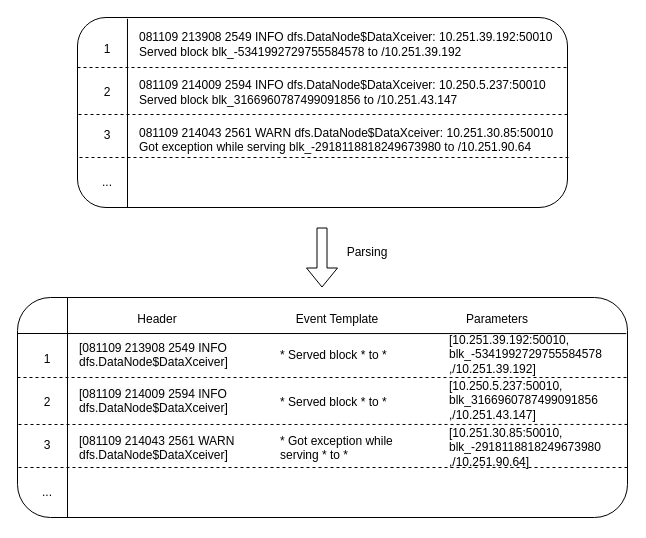
Earlier version of the draw.io diagram 3.2.2-1.drawio (Gleiphir2769/my-draw). Source tidied: cells renumbered, new cells numbered last; positions are measured from the earlier drawing's top-left corner, leaving out a move shared by most shapes. Both pictures are drawn from the tidied source at 100%, with x=0, y=0 at pixel (17, 17).
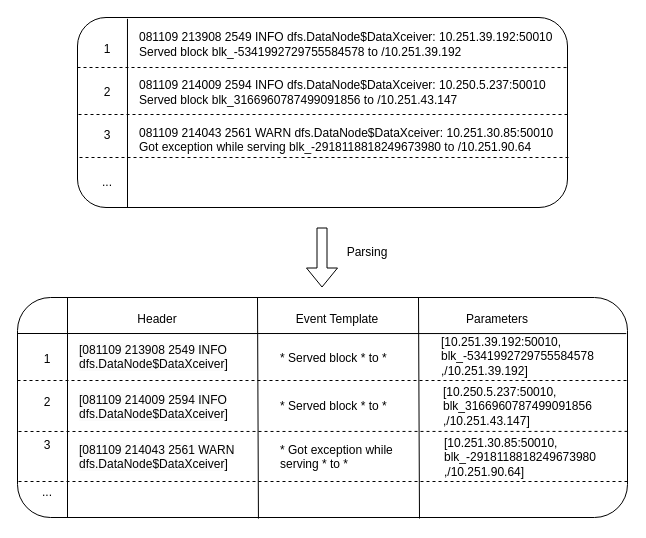
The same diagram, later.

The change refers to these unchanged cells:
```xml
<mxCell id="10" style="rounded=1;whiteSpace=wrap;html=1;" parent="1" vertex="1">
  <mxGeometry y="280" width="610" height="220" as="geometry" />
</mxCell>
```

Change to the diagram source:
```diff
@@
     <mxCell id="13" style="endArrow=none;dashed=1;html=1;rounded=0;" parent="1" edge="1">
       <mxGeometry relative="1" as="geometry">
-        <mxPoint y="360" as="sourcePoint" />
-        <mxPoint x="610" y="360" as="targetPoint" />
+        <mxPoint y="363" as="sourcePoint" />
+        <mxPoint x="610" y="363" as="targetPoint" />
       </mxGeometry>
     </mxCell>
-    <mxCell id="14" style="endArrow=none;dashed=1;html=1;rounded=0;entryX=1;entryY=0.577;entryDx=0;entryDy=0;entryPerimeter=0;" parent="1" edge="1" target="10">
+    <mxCell id="14" style="endArrow=none;dashed=1;html=1;rounded=0;entryX=1;entryY=0.577;entryDx=0;entryDy=0;entryPerimeter=0;" parent="1" edge="1">
       <mxGeometry relative="1" as="geometry">
-        <mxPoint x="1" y="407" as="sourcePoint" />
+        <mxPoint x="1" y="414" as="sourcePoint" />
+        <mxPoint x="610" y="413.9" as="targetPoint" />
       </mxGeometry>
     </mxCell>
@@
     <mxCell id="20" value="&lt;span style=&quot;color: rgb(0, 0, 0); font-family: Helvetica; font-size: 12px; font-style: normal; font-variant-ligatures: normal; font-variant-caps: normal; font-weight: 400; letter-spacing: normal; orphans: 2; text-align: left; text-indent: 0px; text-transform: none; widows: 2; word-spacing: 0px; -webkit-text-stroke-width: 0px; background-color: rgb(251, 251, 251); text-decoration-thickness: initial; text-decoration-style: initial; text-decoration-color: initial; float: none; display: inline !important;&quot;&gt;[081109&amp;nbsp;213908&amp;nbsp;2549&amp;nbsp;INFO dfs.DataNode$DataXceiver]&lt;/span&gt;" style="text;whiteSpace=wrap;html=1;" parent="1" vertex="1">
-      <mxGeometry x="60" y="317" width="150" height="40" as="geometry" />
+      <mxGeometry x="60" y="319" width="150" height="40" as="geometry" />
     </mxCell>
     <mxCell id="21" value="&lt;span style=&quot;color: rgb(0, 0, 0); font-family: Helvetica; font-size: 12px; font-style: normal; font-variant-ligatures: normal; font-variant-caps: normal; font-weight: 400; letter-spacing: normal; orphans: 2; text-align: left; text-indent: 0px; text-transform: none; widows: 2; word-spacing: 0px; -webkit-text-stroke-width: 0px; background-color: rgb(251, 251, 251); text-decoration-thickness: initial; text-decoration-style: initial; text-decoration-color: initial; float: none; display: inline !important;&quot;&gt;[081109&amp;nbsp;214009&amp;nbsp;2594&amp;nbsp;INFO dfs.DataNode$DataXceiver]&lt;/span&gt;" style="text;whiteSpace=wrap;html=1;" parent="1" vertex="1">
-      <mxGeometry x="60" y="363" width="160" height="40" as="geometry" />
+      <mxGeometry x="60" y="369" width="160" height="40" as="geometry" />
     </mxCell>
     <mxCell id="22" value="&lt;span style=&quot;color: rgb(0, 0, 0); font-family: Helvetica; font-size: 12px; font-style: normal; font-variant-ligatures: normal; font-variant-caps: normal; font-weight: 400; letter-spacing: normal; orphans: 2; text-align: left; text-indent: 0px; text-transform: none; widows: 2; word-spacing: 0px; -webkit-text-stroke-width: 0px; background-color: rgb(251, 251, 251); text-decoration-thickness: initial; text-decoration-style: initial; text-decoration-color: initial; float: none; display: inline !important;&quot;&gt;[081109&amp;nbsp;214043&amp;nbsp;2561&amp;nbsp;WARN dfs.DataNode$DataXceiver]&lt;/span&gt;" style="text;whiteSpace=wrap;html=1;" parent="1" vertex="1">
-      <mxGeometry x="60" y="410" width="160" height="40" as="geometry" />
+      <mxGeometry x="60" y="419" width="160" height="40" as="geometry" />
     </mxCell>
     <mxCell id="23" value="* Served block * to *" style="text;whiteSpace=wrap;" parent="1" vertex="1">
-      <mxGeometry x="261" y="324" width="140" height="40" as="geometry" />
+      <mxGeometry x="261" y="327" width="140" height="40" as="geometry" />
     </mxCell>
     <mxCell id="24" style="endArrow=none;dashed=1;html=1;rounded=0;entryX=1;entryY=0.577;entryDx=0;entryDy=0;entryPerimeter=0;" parent="1" edge="1">
       <mxGeometry relative="1" as="geometry">
-        <mxPoint x="1" y="450" as="sourcePoint" />
-        <mxPoint x="610" y="450" as="targetPoint" />
+        <mxPoint x="1" y="464" as="sourcePoint" />
+        <mxPoint x="610" y="464" as="targetPoint" />
       </mxGeometry>
     </mxCell>
     <mxCell id="25" value="* Served block * to *" style="text;whiteSpace=wrap;" parent="1" vertex="1">
-      <mxGeometry x="261" y="371" width="140" height="40" as="geometry" />
+      <mxGeometry x="261" y="375" width="140" height="40" as="geometry" />
     </mxCell>
     <mxCell id="26" value="* Got exception while serving * to *" style="text;whiteSpace=wrap;" parent="1" vertex="1">
-      <mxGeometry x="261" y="410" width="140" height="40" as="geometry" />
+      <mxGeometry x="261" y="419" width="140" height="40" as="geometry" />
     </mxCell>
     <mxCell id="27" value="[10.251.39.192:50010,&lt;br&gt;blk_-5341992729755584578&lt;br&gt;,/10.251.39.192]" style="text;html=1;strokeColor=none;fillColor=none;align=left;verticalAlign=middle;whiteSpace=wrap;rounded=0;" parent="1" vertex="1">
-      <mxGeometry x="430" y="322" width="160" height="30" as="geometry" />
+      <mxGeometry x="422" y="324" width="160" height="30" as="geometry" />
     </mxCell>
     <mxCell id="28" value="[10.251.30.85:50010,&lt;br&gt;blk_-2918118818249673980&lt;br&gt;,/10.251.90.64]" style="text;html=1;strokeColor=none;fillColor=none;align=left;verticalAlign=middle;whiteSpace=wrap;rounded=0;" parent="1" vertex="1">
-      <mxGeometry x="430" y="415" width="160" height="30" as="geometry" />
+      <mxGeometry x="425" y="425" width="160" height="30" as="geometry" />
     </mxCell>
     <mxCell id="29" value="[10.250.5.237:50010,&lt;br&gt;blk_3166960787499091856&lt;br&gt;,/10.251.43.147]" style="text;html=1;strokeColor=none;fillColor=none;align=left;verticalAlign=middle;whiteSpace=wrap;rounded=0;" parent="1" vertex="1">
-      <mxGeometry x="430" y="368" width="160" height="30" as="geometry" />
+      <mxGeometry x="424" y="374" width="160" height="30" as="geometry" />
     </mxCell>
@@
+    <mxCell id="32" style="endArrow=none;html=1;rounded=0;exitX=0.395;exitY=1.005;exitDx=0;exitDy=0;exitPerimeter=0;" parent="1" edge="1" source="10">
+      <mxGeometry relative="1" as="geometry">
+        <mxPoint x="240" y="280" as="targetPoint" />
+      </mxGeometry>
+    </mxCell>
+    <mxCell id="33" style="endArrow=none;html=1;rounded=0;exitX=0.395;exitY=1.005;exitDx=0;exitDy=0;exitPerimeter=0;" parent="1" edge="1">
+      <mxGeometry relative="1" as="geometry">
+        <mxPoint x="402" y="501" as="sourcePoint" />
+        <mxPoint x="401" y="280" as="targetPoint" />
+      </mxGeometry>
+    </mxCell>
```
